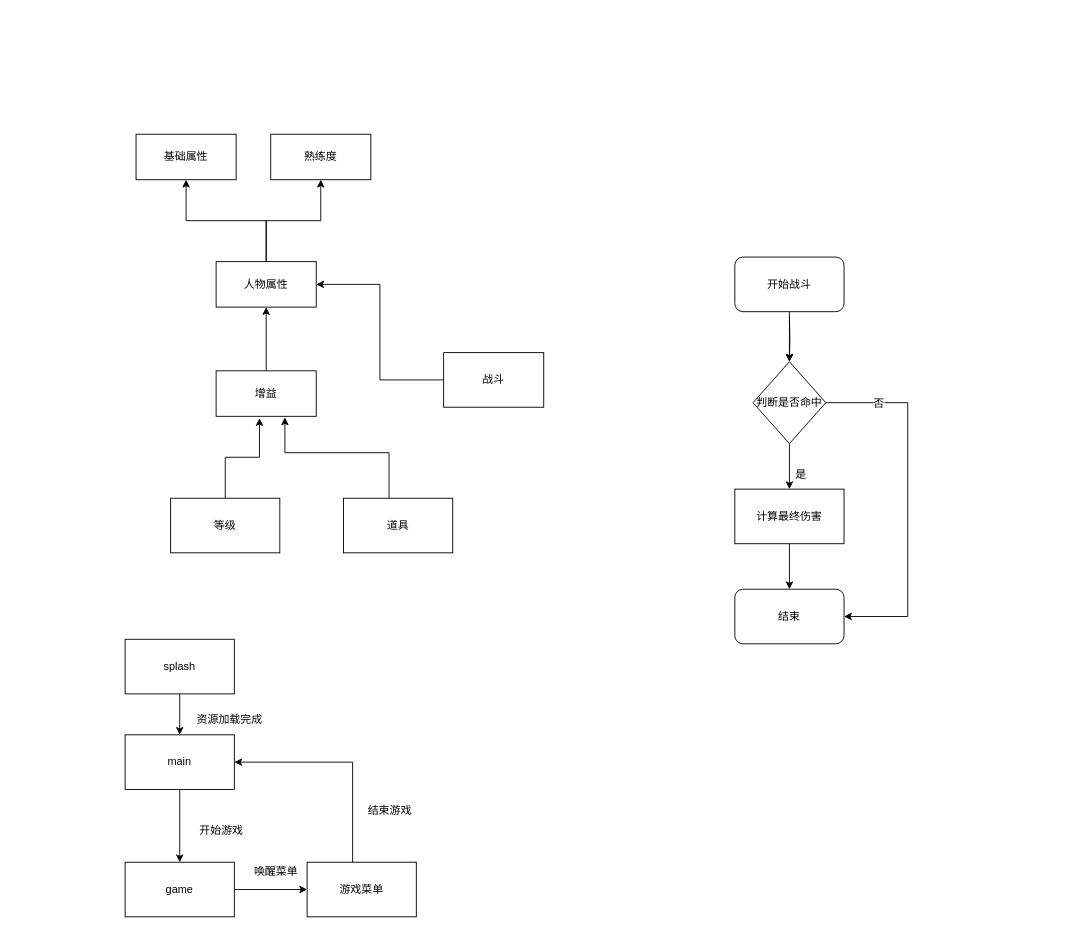
The draw.io diagram games/drawios/text_dungeon.drawio in zuiyu1998/project_book, before the edit. Source tidied: cells renumbered, new cells numbered last; positions are measured from the earlier drawing's top-left corner, leaving out a move shared by most shapes. Both pictures are drawn from the tidied source at 91%, with x=0, y=0 at pixel (125, 134).
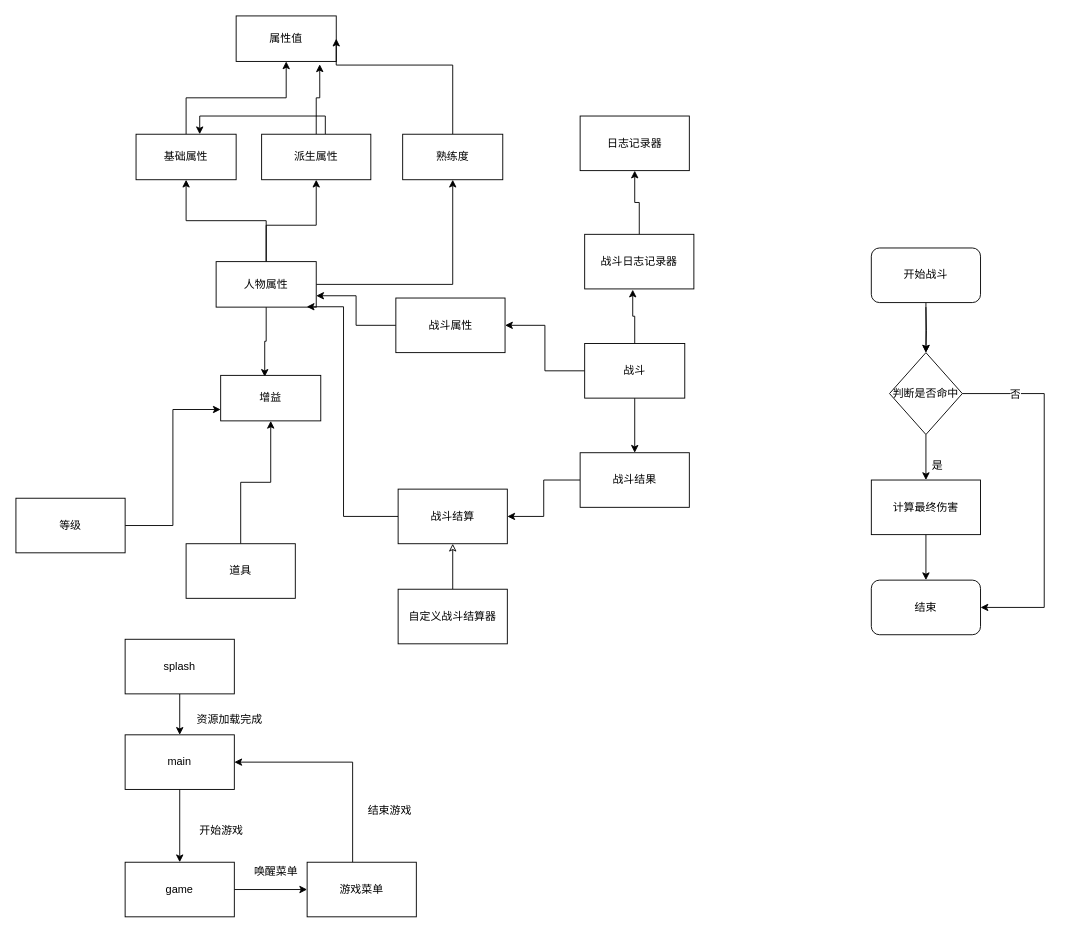
Above is the later version.

The change refers to these unchanged cells:
```xml
<mxCell id="4" value="人物属性" style="rounded=0;whiteSpace=wrap;html=1;" parent="1" vertex="1">
  <mxGeometry x="100" y="140" width="110" height="50" as="geometry" />
</mxCell>
<mxCell id="5" value="基础属性" style="rounded=0;whiteSpace=wrap;html=1;" parent="1" vertex="1">
  <mxGeometry x="12" width="110" height="50" as="geometry" />
</mxCell>
```

The edit, as a diff of the source:
```diff
@@
+    <mxCell id="38" style="edgeStyle=orthogonalEdgeStyle;rounded=0;jettySize=auto;html=1;entryX=0.44;entryY=0.032;entryDx=0;entryDy=0;entryPerimeter=0;" parent="1" edge="1" source="4" target="7">
+      <mxGeometry relative="1" as="geometry" />
+    </mxCell>
+    <mxCell id="39" style="edgeStyle=orthogonalEdgeStyle;rounded=0;jettySize=auto;html=1;entryX=0.5;entryY=1;entryDx=0;entryDy=0;" parent="1" edge="1" source="4" target="59">
+      <mxGeometry relative="1" as="geometry">
+        <Array as="points">
+          <mxPoint x="155" y="100" />
+          <mxPoint x="210" y="100" />
+        </Array>
+      </mxGeometry>
+    </mxCell>
@@
+    <mxCell id="40" style="edgeStyle=orthogonalEdgeStyle;rounded=0;jettySize=auto;html=1;" parent="1" edge="1" source="5" target="41">
+      <mxGeometry relative="1" as="geometry" />
+    </mxCell>
@@
-    <mxCell id="6" style="edgeStyle=orthogonalEdgeStyle;rounded=0;jettySize=auto;html=1;entryX=0.5;entryY=1;entryDx=0;entryDy=0;" parent="1" edge="1" source="7" target="4">
-      <mxGeometry relative="1" as="geometry" />
-    </mxCell>
+    <mxCell id="41" value="属性值" style="rounded=0;whiteSpace=wrap;html=1;" parent="1" vertex="1">
+      <mxGeometry x="122" y="-130" width="110" height="50" as="geometry" />
+    </mxCell>
     <mxCell id="7" value="增益" style="rounded=0;whiteSpace=wrap;html=1;" parent="1" vertex="1">
-      <mxGeometry x="100" y="260" width="110" height="50" as="geometry" />
+      <mxGeometry x="105" y="265" width="110" height="50" as="geometry" />
     </mxCell>
-    <mxCell id="8" style="edgeStyle=orthogonalEdgeStyle;rounded=0;jettySize=auto;html=1;entryX=1;entryY=0.5;entryDx=0;entryDy=0;" parent="1" edge="1" source="9" target="4">
-      <mxGeometry relative="1" as="geometry" />
-    </mxCell>
+    <mxCell id="42" style="edgeStyle=orthogonalEdgeStyle;rounded=0;jettySize=auto;html=1;entryX=0.44;entryY=1.013;entryDx=0;entryDy=0;entryPerimeter=0;" parent="1" edge="1" source="9" target="48">
+      <mxGeometry relative="1" as="geometry" />
+    </mxCell>
+    <mxCell id="43" style="edgeStyle=orthogonalEdgeStyle;rounded=0;jettySize=auto;html=1;" parent="1" edge="1" source="9" target="50">
+      <mxGeometry relative="1" as="geometry" />
+    </mxCell>
+    <mxCell id="44" style="edgeStyle=orthogonalEdgeStyle;rounded=0;jettySize=auto;html=1;" parent="1" edge="1" source="9" target="52">
+      <mxGeometry relative="1" as="geometry" />
+    </mxCell>
     <mxCell id="9" value="战斗" style="rounded=0;whiteSpace=wrap;html=1;" parent="1" vertex="1">
-      <mxGeometry x="350" y="240" width="110" height="60" as="geometry" />
+      <mxGeometry x="505" y="230" width="110" height="60" as="geometry" />
     </mxCell>
-    <mxCell id="10" style="edgeStyle=orthogonalEdgeStyle;rounded=0;jettySize=auto;html=1;entryX=0.433;entryY=1.04;entryDx=0;entryDy=0;entryPerimeter=0;" parent="1" edge="1" source="11" target="7">
+    <mxCell id="10" style="edgeStyle=orthogonalEdgeStyle;rounded=0;jettySize=auto;html=1;entryX=0;entryY=0.75;entryDx=0;entryDy=0;" parent="1" edge="1" source="11" target="7">
       <mxGeometry relative="1" as="geometry" />
     </mxCell>
     <mxCell id="11" value="等级" style="rounded=0;whiteSpace=wrap;html=1;" parent="1" vertex="1">
-      <mxGeometry x="50" y="400" width="120" height="60" as="geometry" />
+      <mxGeometry x="-120" y="400" width="120" height="60" as="geometry" />
     </mxCell>
-    <mxCell id="12" style="edgeStyle=orthogonalEdgeStyle;rounded=0;jettySize=auto;html=1;entryX=0.687;entryY=1.024;entryDx=0;entryDy=0;entryPerimeter=0;" parent="1" edge="1" source="13" target="7">
-      <mxGeometry relative="1" as="geometry">
-        <Array as="points">
-          <mxPoint x="290" y="350" />
-          <mxPoint x="176" y="350" />
-        </Array>
-      </mxGeometry>
+    <mxCell id="12" style="edgeStyle=orthogonalEdgeStyle;rounded=0;jettySize=auto;html=1;entryX=0.5;entryY=1;entryDx=0;entryDy=0;" parent="1" edge="1" source="13" target="7">
+      <mxGeometry relative="1" as="geometry" />
     </mxCell>
     <mxCell id="13" value="道具" style="rounded=0;whiteSpace=wrap;html=1;rotation=0;" parent="1" vertex="1">
-      <mxGeometry x="240" y="400" width="120" height="60" as="geometry" />
+      <mxGeometry x="67" y="450" width="120" height="60" as="geometry" />
     </mxCell>
@@
+    <mxCell id="45" style="edgeStyle=orthogonalEdgeStyle;rounded=0;jettySize=auto;html=1;entryX=1;entryY=0.5;entryDx=0;entryDy=0;" parent="1" edge="1" source="26" target="41">
+      <mxGeometry relative="1" as="geometry">
+        <Array as="points">
+          <mxPoint x="360" y="-76" />
+          <mxPoint x="232" y="-76" />
+        </Array>
+      </mxGeometry>
+    </mxCell>
     <mxCell id="26" value="熟练度" style="rounded=0;whiteSpace=wrap;html=1;" parent="1" vertex="1">
-      <mxGeometry x="160" width="110" height="50" as="geometry" />
+      <mxGeometry x="305" width="110" height="50" as="geometry" />
     </mxCell>
     <mxCell id="27" style="edgeStyle=orthogonalEdgeStyle;rounded=0;jettySize=auto;html=1;entryX=0.5;entryY=0;entryDx=0;entryDy=0;" parent="1" edge="1" target="31">
       <mxGeometry relative="1" as="geometry">
-        <mxPoint x="730" y="200" as="sourcePoint" />
+        <mxPoint x="880" y="190" as="sourcePoint" />
       </mxGeometry>
     </mxCell>
@@
     <mxCell id="29" style="edgeStyle=orthogonalEdgeStyle;rounded=0;jettySize=auto;html=1;entryX=1;entryY=0.5;entryDx=0;entryDy=0;" parent="1" edge="1" source="31" target="32">
       <mxGeometry relative="1" as="geometry">
         <Array as="points">
-          <mxPoint x="860" y="295" />
-          <mxPoint x="860" y="530" />
+          <mxPoint x="1010" y="285" />
+          <mxPoint x="1010" y="520" />
         </Array>
       </mxGeometry>
     </mxCell>
@@
     <mxCell id="31" value="判断是否命中" style="rhombus;whiteSpace=wrap;html=1;" parent="1" vertex="1">
-      <mxGeometry x="690" y="250" width="80" height="90" as="geometry" />
+      <mxGeometry x="840" y="240" width="80" height="90" as="geometry" />
     </mxCell>
     <mxCell id="32" value="结束" style="rounded=1;whiteSpace=wrap;html=1;" parent="1" vertex="1">
-      <mxGeometry x="670" y="500" width="120" height="60" as="geometry" />
+      <mxGeometry x="820" y="490" width="120" height="60" as="geometry" />
     </mxCell>
@@
     <mxCell id="34" value="开始战斗" style="rounded=1;whiteSpace=wrap;html=1;" parent="1" vertex="1">
-      <mxGeometry x="670" y="135" width="120" height="60" as="geometry" />
+      <mxGeometry x="820" y="125" width="120" height="60" as="geometry" />
     </mxCell>
@@
     <mxCell id="36" value="计算最终伤害" style="rounded=0;whiteSpace=wrap;html=1;" parent="1" vertex="1">
-      <mxGeometry x="670" y="390" width="120" height="60" as="geometry" />
+      <mxGeometry x="820" y="380" width="120" height="60" as="geometry" />
     </mxCell>
     <mxCell id="37" value="是" style="text;html=1;align=left;verticalAlign=top;spacingTop=-4;" parent="1" vertex="1">
-      <mxGeometry x="735" y="364" width="30" height="20" as="geometry" />
+      <mxGeometry x="885" y="354" width="30" height="20" as="geometry" />
     </mxCell>
+    <mxCell id="46" value="日志记录器" style="rounded=0;whiteSpace=wrap;html=1;" parent="1" vertex="1">
+      <mxGeometry x="500" y="-20" width="120" height="60" as="geometry" />
+    </mxCell>
+    <mxCell id="47" style="edgeStyle=orthogonalEdgeStyle;rounded=0;jettySize=auto;html=1;entryX=0.5;entryY=1;entryDx=0;entryDy=0;" parent="1" edge="1" source="48" target="46">
+      <mxGeometry relative="1" as="geometry" />
+    </mxCell>
+    <mxCell id="48" value="战斗日志记录器" style="rounded=0;whiteSpace=wrap;html=1;" parent="1" vertex="1">
+      <mxGeometry x="505" y="110" width="120" height="60" as="geometry" />
+    </mxCell>
+    <mxCell id="49" style="edgeStyle=orthogonalEdgeStyle;rounded=0;jettySize=auto;html=1;entryX=1;entryY=0.75;entryDx=0;entryDy=0;" parent="1" edge="1" source="50" target="4">
+      <mxGeometry relative="1" as="geometry" />
+    </mxCell>
+    <mxCell id="50" value="战斗属性" style="rounded=0;whiteSpace=wrap;html=1;" parent="1" vertex="1">
+      <mxGeometry x="297.5" y="180" width="120" height="60" as="geometry" />
+    </mxCell>
+    <mxCell id="51" style="edgeStyle=orthogonalEdgeStyle;rounded=0;jettySize=auto;html=1;entryX=1;entryY=0.5;entryDx=0;entryDy=0;" parent="1" edge="1" source="52" target="54">
+      <mxGeometry relative="1" as="geometry" />
+    </mxCell>
+    <mxCell id="52" value="战斗结果" style="rounded=0;whiteSpace=wrap;html=1;" parent="1" vertex="1">
+      <mxGeometry x="500" y="350" width="120" height="60" as="geometry" />
+    </mxCell>
+    <mxCell id="53" style="edgeStyle=orthogonalEdgeStyle;rounded=0;jettySize=auto;html=1;entryX=0.905;entryY=0.992;entryDx=0;entryDy=0;entryPerimeter=0;" parent="1" edge="1" source="54" target="4">
+      <mxGeometry relative="1" as="geometry">
+        <Array as="points">
+          <mxPoint x="240" y="420" />
+          <mxPoint x="240" y="190" />
+        </Array>
+      </mxGeometry>
+    </mxCell>
+    <mxCell id="54" value="战斗结算" style="rounded=0;whiteSpace=wrap;html=1;" parent="1" vertex="1">
+      <mxGeometry x="300" y="390" width="120" height="60" as="geometry" />
+    </mxCell>
+    <mxCell id="55" style="edgeStyle=orthogonalEdgeStyle;rounded=0;jettySize=auto;html=1;entryX=0.5;entryY=1;entryDx=0;entryDy=0;endArrow=classic;endFill=0;" parent="1" edge="1" source="56" target="54">
+      <mxGeometry relative="1" as="geometry" />
+    </mxCell>
+    <mxCell id="56" value="自定义战斗结算器" style="rounded=0;whiteSpace=wrap;html=1;" parent="1" vertex="1">
+      <mxGeometry x="300" y="500" width="120" height="60" as="geometry" />
+    </mxCell>
+    <mxCell id="57" style="edgeStyle=orthogonalEdgeStyle;rounded=0;jettySize=auto;html=1;entryX=0.636;entryY=0;entryDx=0;entryDy=0;entryPerimeter=0;" parent="1" edge="1" source="59" target="5">
+      <mxGeometry relative="1" as="geometry">
+        <Array as="points">
+          <mxPoint x="220" y="-20" />
+          <mxPoint x="82" y="-20" />
+        </Array>
+      </mxGeometry>
+    </mxCell>
+    <mxCell id="58" style="edgeStyle=orthogonalEdgeStyle;rounded=0;jettySize=auto;html=1;entryX=0.835;entryY=1.064;entryDx=0;entryDy=0;entryPerimeter=0;" parent="1" edge="1" source="59" target="41">
+      <mxGeometry relative="1" as="geometry" />
+    </mxCell>
+    <mxCell id="59" value="派生属性" style="rounded=0;whiteSpace=wrap;html=1;" parent="1" vertex="1">
+      <mxGeometry x="150" width="120" height="50" as="geometry" />
+    </mxCell>
```
